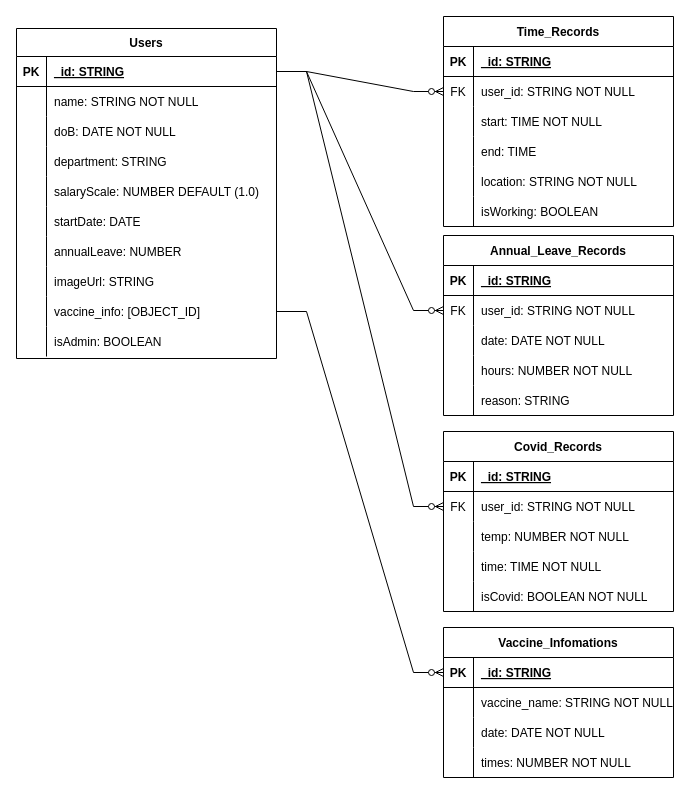
Before: EDR.drawio in shineofichi/StaffsManager, a draw.io diagram. Source tidied: cells renumbered, new cells numbered last; positions are measured from the earlier drawing's top-left corner, leaving out a move shared by most shapes. Both pictures are drawn from the tidied source at 100%, with x=0, y=0 at pixel (16, 16).
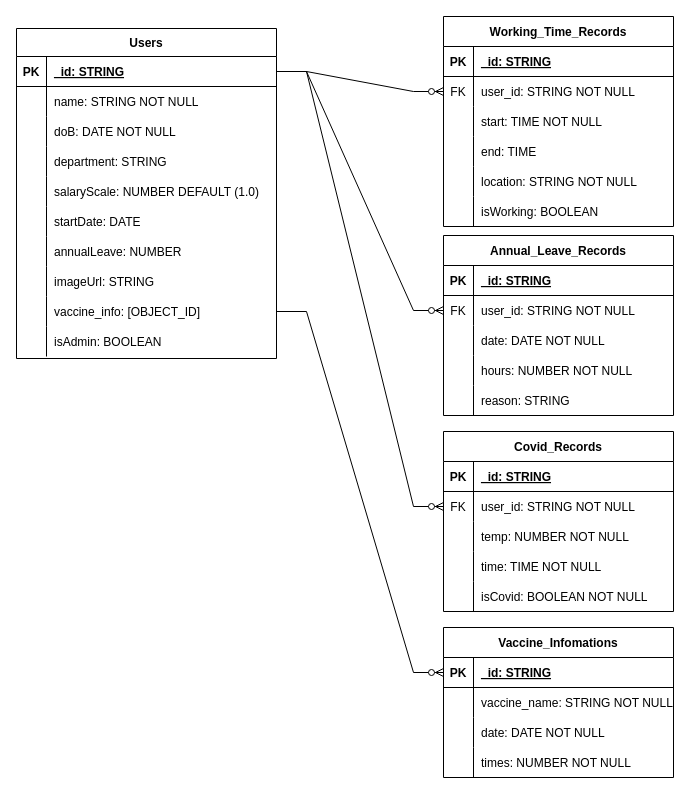
Above is the later version.

Change to the diagram source:
```diff
@@
-    <mxCell id="33" value="Time_Records" style="shape=table;startSize=30;childLayout=tableLayout;rowLines=0;fontStyle=1;align=center;" parent="1" vertex="1">
+    <mxCell id="33" value="Working_Time_Records" style="shape=table;startSize=30;childLayout=tableLayout;rowLines=0;fontStyle=1;align=center;" parent="1" vertex="1">
       <mxGeometry x="427" width="230" height="210" as="geometry" />
     </mxCell>
```
